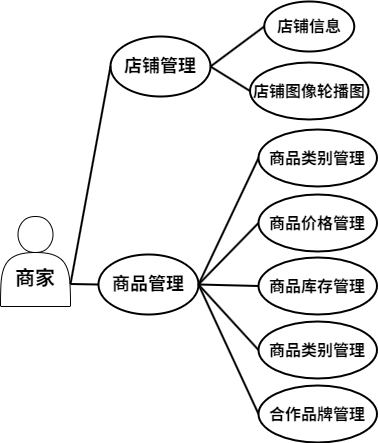
Before: 2.drawio.png, a diagram exported from draw.io (xiyuliu509/microservice-shop). Source tidied: cells renumbered, new cells last; positions are measured from the earlier drawing's top-left corner, leaving out a move shared by most shapes.
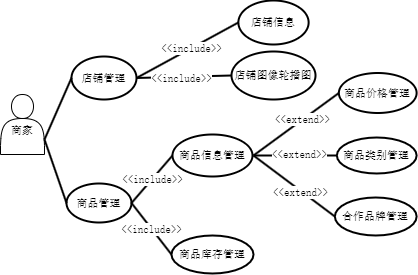
The same diagram one commit later.

What changed in the source:
```diff
@@ -2,62 +2,93 @@
   <root>
     <mxCell id="0" />
     <mxCell id="1" parent="0" />
-    <mxCell id="2" value="&lt;h2&gt;&lt;font style=&quot;font-size: 20px;&quot;&gt;商家&lt;/font&gt;&lt;/h2&gt;" style="shape=actor;whiteSpace=wrap;html=1;verticalAlign=bottom;fontStyle=1;fontFamily=Comic Sans MS;rounded=0;" parent="1" vertex="1">
-      <mxGeometry y="215" width="70" height="90" as="geometry" />
+    <mxCell id="2" value="&lt;h2&gt;&lt;font style=&quot;font-weight: normal; font-size: 11px;&quot;&gt;商家&lt;/font&gt;&lt;/h2&gt;" style="shape=actor;whiteSpace=wrap;html=1;verticalAlign=bottom;fontStyle=1;fontFamily=宋体;rounded=0;fontSize=11;" parent="1" vertex="1">
+      <mxGeometry x="10" y="122" width="44" height="60" as="geometry" />
     </mxCell>
-    <mxCell id="3" value="&lt;font style=&quot;font-size: 18px;&quot;&gt;&lt;b&gt;店铺管理&lt;/b&gt;&lt;/font&gt;" style="strokeWidth=2;html=1;shape=mxgraph.flowchart.start_1;whiteSpace=wrap;rounded=0;" parent="1" vertex="1">
-      <mxGeometry x="110" y="35" width="100" height="60" as="geometry" />
+    <mxCell id="3" value="&lt;font&gt;店铺管理&lt;/font&gt;" style="strokeWidth=2;html=1;shape=mxgraph.flowchart.start_1;whiteSpace=wrap;rounded=0;fontFamily=宋体;fontSize=11;" parent="1" vertex="1">
+      <mxGeometry x="81" y="84" width="65" height="43" as="geometry" />
     </mxCell>
-    <mxCell id="4" value="&lt;b&gt;&lt;font style=&quot;font-size: 16px;&quot;&gt;店铺信息&lt;/font&gt;&lt;/b&gt;" style="strokeWidth=2;html=1;shape=mxgraph.flowchart.start_1;whiteSpace=wrap;rounded=0;" parent="1" vertex="1">
-      <mxGeometry x="263.8" width="90" height="50" as="geometry" />
+    <mxCell id="4" value="&lt;font&gt;店铺信息&lt;/font&gt;" style="strokeWidth=2;html=1;shape=mxgraph.flowchart.start_1;whiteSpace=wrap;rounded=0;fontFamily=宋体;fontSize=11;" parent="1" vertex="1">
+      <mxGeometry x="247.9" y="28" width="70.2" height="44" as="geometry" />
     </mxCell>
-    <mxCell id="5" value="&lt;font style=&quot;font-size: 16px;&quot;&gt;&lt;b&gt;店铺图像轮播图&lt;/b&gt;&lt;/font&gt;" style="strokeWidth=2;html=1;shape=mxgraph.flowchart.start_1;whiteSpace=wrap;rounded=0;" parent="1" vertex="1">
-      <mxGeometry x="249.5" y="61" width="118.5" height="57" as="geometry" />
+    <mxCell id="5" value="&lt;font&gt;店铺图像轮播图&lt;/font&gt;" style="strokeWidth=2;html=1;shape=mxgraph.flowchart.start_1;whiteSpace=wrap;rounded=0;fontFamily=宋体;fontSize=11;" parent="1" vertex="1">
+      <mxGeometry x="241" y="79" width="84" height="48" as="geometry" />
     </mxCell>
-    <mxCell id="6" style="endArrow=none;html=1;entryX=0;entryY=0.5;entryDx=0;entryDy=0;entryPerimeter=0;exitX=1;exitY=0.75;exitDx=0;exitDy=0;strokeWidth=2;" parent="1" edge="1" source="2" target="3">
+    <mxCell id="6" style="endArrow=none;html=1;entryX=0;entryY=0.5;entryDx=0;entryDy=0;entryPerimeter=0;exitX=1;exitY=0.75;exitDx=0;exitDy=0;strokeWidth=2;fontFamily=宋体;fontSize=11;" parent="1" edge="1" source="2" target="3">
       <mxGeometry relative="1" as="geometry" />
     </mxCell>
-    <mxCell id="7" style="endArrow=none;html=1;entryX=0;entryY=0.5;entryDx=0;entryDy=0;entryPerimeter=0;exitX=1;exitY=0.5;exitDx=0;exitDy=0;exitPerimeter=0;strokeWidth=2;" parent="1" edge="1" source="3" target="4">
+    <mxCell id="7" style="endArrow=none;html=1;entryX=0;entryY=0.5;entryDx=0;entryDy=0;entryPerimeter=0;exitX=1;exitY=0.5;exitDx=0;exitDy=0;exitPerimeter=0;strokeWidth=2;fontFamily=宋体;fontSize=11;" parent="1" edge="1" source="3" target="4">
       <mxGeometry relative="1" as="geometry" />
     </mxCell>
+    <mxCell id="21" value="&amp;lt;&amp;lt;include&amp;gt;&amp;gt;" style="edgeLabel;html=1;align=center;verticalAlign=middle;fontFamily=宋体;fontSize=11;" parent="7" vertex="1">
+      <mxGeometry x="0.06" relative="1" as="geometry" />
+    </mxCell>
-    <mxCell id="8" style="endArrow=none;html=1;entryX=1;entryY=0.5;entryDx=0;entryDy=0;entryPerimeter=0;exitX=0;exitY=0.5;exitDx=0;exitDy=0;exitPerimeter=0;strokeWidth=2;" parent="1" edge="1" source="5" target="3">
+    <mxCell id="8" style="endArrow=none;html=1;entryX=1;entryY=0.5;entryDx=0;entryDy=0;entryPerimeter=0;exitX=0;exitY=0.5;exitDx=0;exitDy=0;exitPerimeter=0;strokeWidth=2;fontFamily=宋体;fontSize=11;" parent="1" edge="1" source="5" target="3">
       <mxGeometry relative="1" as="geometry" />
     </mxCell>
+    <mxCell id="22" value="&amp;lt;&amp;lt;include&amp;gt;&amp;gt;" style="edgeLabel;html=1;align=center;verticalAlign=middle;fontFamily=宋体;fontSize=11;" parent="8" vertex="1">
+      <mxGeometry x="0.05" y="1" relative="1" as="geometry" />
+    </mxCell>
-    <mxCell id="9" value="&lt;font style=&quot;font-size: 18px;&quot;&gt;&lt;b&gt;商品管理&lt;/b&gt;&lt;/font&gt;" style="strokeWidth=2;html=1;shape=mxgraph.flowchart.start_1;whiteSpace=wrap;rounded=0;" parent="1" vertex="1">
-      <mxGeometry x="98" y="253" width="100" height="60" as="geometry" />
+    <mxCell id="9" value="&lt;font&gt;商品管理&lt;/font&gt;" style="strokeWidth=2;html=1;shape=mxgraph.flowchart.start_1;whiteSpace=wrap;rounded=0;fontFamily=宋体;fontSize=11;" parent="1" vertex="1">
+      <mxGeometry x="76" y="211" width="65" height="39" as="geometry" />
     </mxCell>
-    <mxCell id="10" style="endArrow=none;html=1;exitX=1;exitY=0.75;exitDx=0;exitDy=0;entryX=0;entryY=0.5;entryDx=0;entryDy=0;entryPerimeter=0;strokeWidth=2;" parent="1" edge="1" source="2" target="9">
+    <mxCell id="10" style="endArrow=none;html=1;exitX=1;exitY=0.75;exitDx=0;exitDy=0;entryX=0;entryY=0.5;entryDx=0;entryDy=0;entryPerimeter=0;strokeWidth=2;fontFamily=宋体;fontSize=11;" parent="1" edge="1" source="2" target="9">
       <mxGeometry relative="1" as="geometry" />
     </mxCell>
-    <mxCell id="11" style="endArrow=none;html=1;entryX=0;entryY=0.5;entryDx=0;entryDy=0;entryPerimeter=0;exitX=1;exitY=0.5;exitDx=0;exitDy=0;exitPerimeter=0;strokeWidth=2;" parent="1" edge="1" source="9" target="16">
+    <mxCell id="11" style="endArrow=none;html=1;entryX=0;entryY=0.5;entryDx=0;entryDy=0;entryPerimeter=0;exitX=1;exitY=0.5;exitDx=0;exitDy=0;exitPerimeter=0;strokeWidth=2;fontFamily=宋体;fontSize=11;" parent="1" edge="1" source="9" target="16">
       <mxGeometry relative="1" as="geometry" />
     </mxCell>
+    <mxCell id="23" value="&amp;lt;&amp;lt;include&amp;gt;&amp;gt;" style="edgeLabel;html=1;align=center;verticalAlign=middle;fontFamily=宋体;fontSize=11;" parent="11" vertex="1">
+      <mxGeometry x="0.05" y="1" relative="1" as="geometry">
+        <mxPoint y="2" as="offset" />
+      </mxGeometry>
+    </mxCell>
-    <mxCell id="12" style="endArrow=none;html=1;entryX=0;entryY=0.5;entryDx=0;entryDy=0;entryPerimeter=0;exitX=1;exitY=0.5;exitDx=0;exitDy=0;exitPerimeter=0;strokeWidth=2;" parent="1" edge="1" source="9" target="17">
-      <mxGeometry relative="1" as="geometry" />
+    <mxCell id="12" style="endArrow=none;html=1;entryX=0;entryY=0.5;entryDx=0;entryDy=0;entryPerimeter=0;exitX=1;exitY=0.5;exitDx=0;exitDy=0;exitPerimeter=0;strokeWidth=2;fontFamily=宋体;fontSize=11;" parent="1" edge="1" target="17">
+      <mxGeometry relative="1" as="geometry">
+        <mxPoint x="263" y="183" as="sourcePoint" />
+      </mxGeometry>
     </mxCell>
+    <mxCell id="24" value="&lt;font&gt;&amp;lt;&amp;lt;extend&amp;gt;&amp;gt;&lt;/font&gt;" style="edgeLabel;html=1;align=center;verticalAlign=middle;fontFamily=宋体;fontSize=11;" parent="12" vertex="1">
+      <mxGeometry x="0.15" relative="1" as="geometry" />
+    </mxCell>
-    <mxCell id="13" style="endArrow=none;html=1;exitX=1;exitY=0.5;exitDx=0;exitDy=0;exitPerimeter=0;entryX=0;entryY=0.5;entryDx=0;entryDy=0;entryPerimeter=0;strokeWidth=2;" parent="1" edge="1" source="9" target="18">
+    <mxCell id="13" style="endArrow=none;html=1;exitX=1;exitY=0.5;exitDx=0;exitDy=0;exitPerimeter=0;entryX=0;entryY=0.5;entryDx=0;entryDy=0;entryPerimeter=0;strokeWidth=2;fontFamily=宋体;fontSize=11;" parent="1" edge="1" source="9" target="18">
       <mxGeometry relative="1" as="geometry" />
     </mxCell>
+    <mxCell id="25" value="&amp;lt;&amp;lt;include&amp;gt;&amp;gt;" style="edgeLabel;html=1;align=center;verticalAlign=middle;fontFamily=宋体;fontSize=11;" parent="13" vertex="1">
+      <mxGeometry relative="1" as="geometry" />
+    </mxCell>
-    <mxCell id="14" style="endArrow=none;html=1;exitX=1;exitY=0.5;exitDx=0;exitDy=0;exitPerimeter=0;entryX=0;entryY=0.5;entryDx=0;entryDy=0;entryPerimeter=0;strokeWidth=2;" parent="1" edge="1" source="9" target="19">
-      <mxGeometry relative="1" as="geometry" />
+    <mxCell id="14" style="endArrow=none;html=1;exitX=1;exitY=0.5;exitDx=0;exitDy=0;exitPerimeter=0;entryX=0;entryY=0.5;entryDx=0;entryDy=0;entryPerimeter=0;strokeWidth=2;fontFamily=宋体;fontSize=11;" parent="1" edge="1" target="19">
+      <mxGeometry relative="1" as="geometry">
+        <mxPoint x="263" y="183" as="sourcePoint" />
+      </mxGeometry>
     </mxCell>
+    <mxCell id="26" value="&lt;span style=&quot;color: rgb(0, 0, 0);&quot;&gt;&lt;font&gt;&amp;lt;&amp;lt;extend&amp;gt;&amp;gt;&lt;/font&gt;&lt;/span&gt;" style="edgeLabel;html=1;align=center;verticalAlign=middle;fontFamily=宋体;fontSize=11;" parent="14" vertex="1">
+      <mxGeometry x="0.09" y="1" relative="1" as="geometry" />
+    </mxCell>
-    <mxCell id="15" style="endArrow=none;html=1;exitX=1;exitY=0.5;exitDx=0;exitDy=0;exitPerimeter=0;entryX=0;entryY=0.5;entryDx=0;entryDy=0;entryPerimeter=0;strokeWidth=2;" parent="1" edge="1" source="9" target="20">
-      <mxGeometry relative="1" as="geometry" />
+    <mxCell id="15" style="endArrow=none;html=1;exitX=1;exitY=0.5;exitDx=0;exitDy=0;exitPerimeter=0;entryX=0;entryY=0.5;entryDx=0;entryDy=0;entryPerimeter=0;strokeWidth=2;fontFamily=宋体;fontSize=11;" parent="1" edge="1" target="20">
+      <mxGeometry relative="1" as="geometry">
+        <mxPoint x="263" y="183" as="sourcePoint" />
+      </mxGeometry>
     </mxCell>
+    <mxCell id="27" value="&lt;span style=&quot;color: rgb(0, 0, 0);&quot;&gt;&lt;font&gt;&amp;lt;&amp;lt;extend&amp;gt;&amp;gt;&lt;/font&gt;&lt;/span&gt;" style="edgeLabel;html=1;align=center;verticalAlign=middle;fontFamily=宋体;fontSize=11;" parent="15" vertex="1">
+      <mxGeometry x="-0.07" y="-1" relative="1" as="geometry">
+        <mxPoint x="9" y="7" as="offset" />
+      </mxGeometry>
+    </mxCell>
-    <mxCell id="16" value="&lt;font style=&quot;font-size: 16px;&quot;&gt;&lt;b&gt;商品类别管理&lt;/b&gt;&lt;/font&gt;" style="strokeWidth=2;html=1;shape=mxgraph.flowchart.start_1;whiteSpace=wrap;rounded=0;" parent="1" vertex="1">
-      <mxGeometry x="258" y="128" width="118.5" height="57" as="geometry" />
+    <mxCell id="16" value="&lt;font&gt;商品信息管理&lt;/font&gt;" style="strokeWidth=2;html=1;shape=mxgraph.flowchart.start_1;whiteSpace=wrap;rounded=0;fontFamily=宋体;fontSize=11;" parent="1" vertex="1">
+      <mxGeometry x="182" y="162" width="80" height="42" as="geometry" />
     </mxCell>
-    <mxCell id="17" value="&lt;font style=&quot;font-size: 16px;&quot;&gt;&lt;b&gt;商品价格管理&lt;/b&gt;&lt;/font&gt;" style="strokeWidth=2;html=1;shape=mxgraph.flowchart.start_1;whiteSpace=wrap;rounded=0;" parent="1" vertex="1">
-      <mxGeometry x="258" y="193" width="118.5" height="57" as="geometry" />
+    <mxCell id="17" value="&lt;font&gt;商品价格管理&lt;/font&gt;" style="strokeWidth=2;html=1;shape=mxgraph.flowchart.start_1;whiteSpace=wrap;rounded=0;fontFamily=宋体;fontSize=11;" parent="1" vertex="1">
+      <mxGeometry x="348.4" y="100.5" width="77.7" height="40" as="geometry" />
     </mxCell>
-    <mxCell id="18" value="&lt;font style=&quot;font-size: 16px;&quot;&gt;&lt;b&gt;商品库存管理&lt;/b&gt;&lt;/font&gt;" style="strokeWidth=2;html=1;shape=mxgraph.flowchart.start_1;whiteSpace=wrap;rounded=0;" parent="1" vertex="1">
-      <mxGeometry x="258" y="256" width="118.5" height="57" as="geometry" />
+    <mxCell id="18" value="&lt;font&gt;商品库存管理&lt;/font&gt;" style="strokeWidth=2;html=1;shape=mxgraph.flowchart.start_1;whiteSpace=wrap;rounded=0;fontFamily=宋体;fontSize=11;" parent="1" vertex="1">
+      <mxGeometry x="181" y="263" width="82" height="38" as="geometry" />
     </mxCell>
-    <mxCell id="19" value="&lt;font style=&quot;font-size: 16px;&quot;&gt;&lt;b&gt;商品类别管理&lt;/b&gt;&lt;/font&gt;" style="strokeWidth=2;html=1;shape=mxgraph.flowchart.start_1;whiteSpace=wrap;rounded=0;" parent="1" vertex="1">
-      <mxGeometry x="258" y="320" width="118.5" height="57" as="geometry" />
+    <mxCell id="19" value="&lt;font&gt;商品类别管理&lt;/font&gt;" style="strokeWidth=2;html=1;shape=mxgraph.flowchart.start_1;whiteSpace=wrap;rounded=0;fontFamily=宋体;fontSize=11;" parent="1" vertex="1">
+      <mxGeometry x="346.4" y="165" width="79.7" height="36" as="geometry" />
     </mxCell>
-    <mxCell id="20" value="&lt;font style=&quot;font-size: 16px;&quot;&gt;&lt;b&gt;合作品牌管理&lt;/b&gt;&lt;/font&gt;" style="strokeWidth=2;html=1;shape=mxgraph.flowchart.start_1;whiteSpace=wrap;rounded=0;" parent="1" vertex="1">
-      <mxGeometry x="258" y="384" width="118.5" height="57" as="geometry" />
+    <mxCell id="20" value="&lt;font&gt;合作品牌管理&lt;/font&gt;" style="strokeWidth=2;html=1;shape=mxgraph.flowchart.start_1;whiteSpace=wrap;rounded=0;fontFamily=宋体;fontSize=11;" parent="1" vertex="1">
+      <mxGeometry x="344.4" y="225" width="81.7" height="38" as="geometry" />
     </mxCell>
   </root>
 </mxGraphModel>
```
